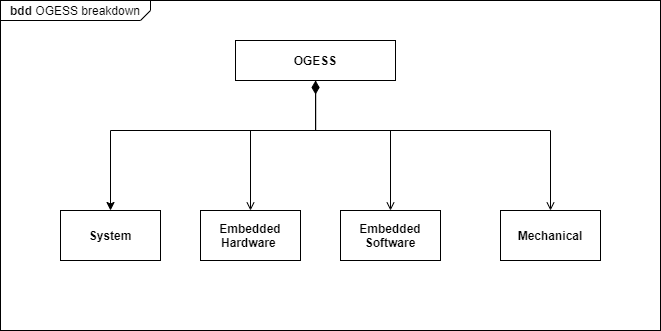
Earlier version of the draw.io export doc_images/OGESS breakdown.drawio.png (Namavoor/documents). Source tidied: cells renumbered, new cells last; positions are measured from the earlier drawing's top-left corner, leaving out a move shared by most shapes.
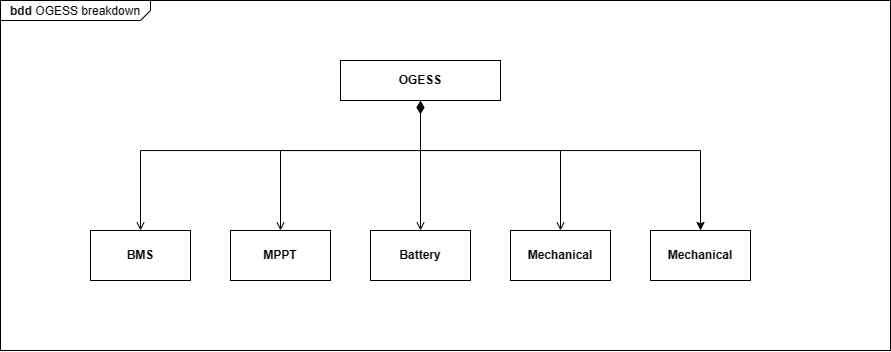
Later version of the same file.

Change to the diagram source:
```diff
@@ -3,54 +3,65 @@
     <mxCell id="0" />
     <mxCell id="1" parent="0" />
     <mxCell id="2" value="&lt;p style=&quot;margin:0px;margin-top:4px;margin-left:10px;text-align:left;&quot;&gt;&lt;b&gt;bdd&lt;/b&gt;&amp;nbsp;OGESS breakdown&lt;/p&gt;" style="html=1;shape=mxgraph.sysml.package;labelX=150.09;align=left;spacingLeft=10;overflow=fill;" parent="1" vertex="1">
-      <mxGeometry width="660" height="330" as="geometry" />
+      <mxGeometry width="890" height="350" as="geometry" />
     </mxCell>
-    <mxCell id="3" style="edgeStyle=orthogonalEdgeStyle;rounded=0;jettySize=auto;html=1;entryX=0.5;entryY=0;entryDx=0;entryDy=0;startArrow=diamondThin;startFill=1;sourcePerimeterSpacing=0;startSize=11;endArrow=open;endFill=0;" parent="2" edge="1" source="7" target="8">
+    <mxCell id="3" style="edgeStyle=orthogonalEdgeStyle;rounded=0;jettySize=auto;html=1;entryX=0.5;entryY=0;entryDx=0;entryDy=0;startArrow=diamondThin;startFill=1;sourcePerimeterSpacing=0;startSize=11;endArrow=open;endFill=0;" parent="1" edge="1" source="7" target="8">
       <mxGeometry relative="1" as="geometry">
         <Array as="points">
-          <mxPoint x="315" y="130" />
-          <mxPoint x="250" y="130" />
+          <mxPoint x="420" y="150" />
+          <mxPoint x="280" y="150" />
         </Array>
       </mxGeometry>
     </mxCell>
-    <mxCell id="4" style="edgeStyle=orthogonalEdgeStyle;rounded=0;jettySize=auto;html=1;endArrow=open;endFill=0;" parent="2" edge="1" source="7" target="9">
+    <mxCell id="4" style="edgeStyle=orthogonalEdgeStyle;rounded=0;jettySize=auto;html=1;endArrow=open;endFill=0;" parent="1" edge="1" source="7" target="9">
       <mxGeometry relative="1" as="geometry">
         <Array as="points">
-          <mxPoint x="315" y="130" />
-          <mxPoint x="390" y="130" />
+          <mxPoint x="420" y="120" />
+          <mxPoint x="420" y="120" />
         </Array>
       </mxGeometry>
     </mxCell>
-    <mxCell id="5" style="edgeStyle=orthogonalEdgeStyle;rounded=0;jettySize=auto;html=1;endArrow=open;endFill=0;" parent="2" edge="1" source="7" target="10">
+    <mxCell id="5" style="edgeStyle=orthogonalEdgeStyle;rounded=0;jettySize=auto;html=1;endArrow=open;endFill=0;" parent="1" edge="1" source="7" target="10">
       <mxGeometry relative="1" as="geometry">
         <Array as="points">
-          <mxPoint x="315" y="130" />
-          <mxPoint x="550" y="130" />
+          <mxPoint x="420" y="150" />
+          <mxPoint x="560" y="150" />
         </Array>
       </mxGeometry>
     </mxCell>
-    <mxCell id="6" style="edgeStyle=orthogonalEdgeStyle;html=1;rounded=0;" parent="2" edge="1" source="7" target="11">
+    <mxCell id="6" style="edgeStyle=orthogonalEdgeStyle;html=1;rounded=0;endArrow=open;endFill=0;" parent="1" edge="1" source="7" target="11">
       <mxGeometry relative="1" as="geometry">
         <Array as="points">
-          <mxPoint x="315" y="130" />
-          <mxPoint x="110" y="130" />
+          <mxPoint x="420" y="150" />
+          <mxPoint x="140" y="150" />
         </Array>
       </mxGeometry>
     </mxCell>
+    <mxCell id="12" style="edgeStyle=orthogonalEdgeStyle;rounded=0;jettySize=auto;html=1;" parent="1" edge="1" source="7" target="13">
+      <mxGeometry relative="1" as="geometry">
+        <Array as="points">
+          <mxPoint x="420" y="150" />
+          <mxPoint x="700" y="150" />
+        </Array>
+      </mxGeometry>
+    </mxCell>
-    <mxCell id="7" value="OGESS" style="strokeColor=inherit;fillColor=inherit;gradientColor=inherit;shape=rect;fontStyle=1;html=1;whiteSpace=wrap;align=center;" parent="2" vertex="1">
-      <mxGeometry x="235" y="40" width="160" height="40" as="geometry" />
+    <mxCell id="7" value="OGESS" style="strokeColor=inherit;fillColor=inherit;gradientColor=inherit;shape=rect;fontStyle=1;html=1;whiteSpace=wrap;align=center;" parent="1" vertex="1">
+      <mxGeometry x="340" y="60" width="160" height="40" as="geometry" />
     </mxCell>
-    <mxCell id="8" value="Embedded Hardware&amp;nbsp;" style="strokeColor=inherit;fillColor=inherit;gradientColor=inherit;shape=rect;fontStyle=1;html=1;whiteSpace=wrap;align=center;" parent="2" vertex="1">
-      <mxGeometry x="200" y="210" width="100" height="50" as="geometry" />
+    <mxCell id="8" value="MPPT" style="strokeColor=inherit;fillColor=inherit;gradientColor=inherit;shape=rect;fontStyle=1;html=1;whiteSpace=wrap;align=center;" parent="1" vertex="1">
+      <mxGeometry x="230" y="230" width="100" height="50" as="geometry" />
     </mxCell>
-    <mxCell id="9" value="Embedded Software" style="strokeColor=inherit;fillColor=inherit;gradientColor=inherit;shape=rect;fontStyle=1;html=1;whiteSpace=wrap;align=center;" parent="2" vertex="1">
-      <mxGeometry x="340" y="210" width="100" height="50" as="geometry" />
+    <mxCell id="9" value="Battery" style="strokeColor=inherit;fillColor=inherit;gradientColor=inherit;shape=rect;fontStyle=1;html=1;whiteSpace=wrap;align=center;" parent="1" vertex="1">
+      <mxGeometry x="370" y="230" width="100" height="50" as="geometry" />
     </mxCell>
-    <mxCell id="10" value="Mechanical" style="strokeColor=inherit;fillColor=inherit;gradientColor=inherit;shape=rect;fontStyle=1;html=1;whiteSpace=wrap;align=center;" parent="2" vertex="1">
-      <mxGeometry x="500" y="210" width="100" height="50" as="geometry" />
+    <mxCell id="10" value="Mechanical" style="strokeColor=inherit;fillColor=inherit;gradientColor=inherit;shape=rect;fontStyle=1;html=1;whiteSpace=wrap;align=center;" parent="1" vertex="1">
+      <mxGeometry x="510" y="230" width="100" height="50" as="geometry" />
     </mxCell>
-    <mxCell id="11" value="System" style="strokeColor=inherit;fillColor=inherit;gradientColor=inherit;shape=rect;fontStyle=1;html=1;whiteSpace=wrap;align=center;" parent="2" vertex="1">
-      <mxGeometry x="60" y="210" width="100" height="50" as="geometry" />
+    <mxCell id="11" value="BMS" style="strokeColor=inherit;fillColor=inherit;gradientColor=inherit;shape=rect;fontStyle=1;html=1;whiteSpace=wrap;align=center;" parent="1" vertex="1">
+      <mxGeometry x="90" y="230" width="100" height="50" as="geometry" />
     </mxCell>
+    <mxCell id="13" value="Mechanical" style="strokeColor=inherit;fillColor=inherit;gradientColor=inherit;shape=rect;fontStyle=1;html=1;whiteSpace=wrap;align=center;" parent="1" vertex="1">
+      <mxGeometry x="650" y="230" width="100" height="50" as="geometry" />
+    </mxCell>
   </root>
 </mxGraphModel>
```
